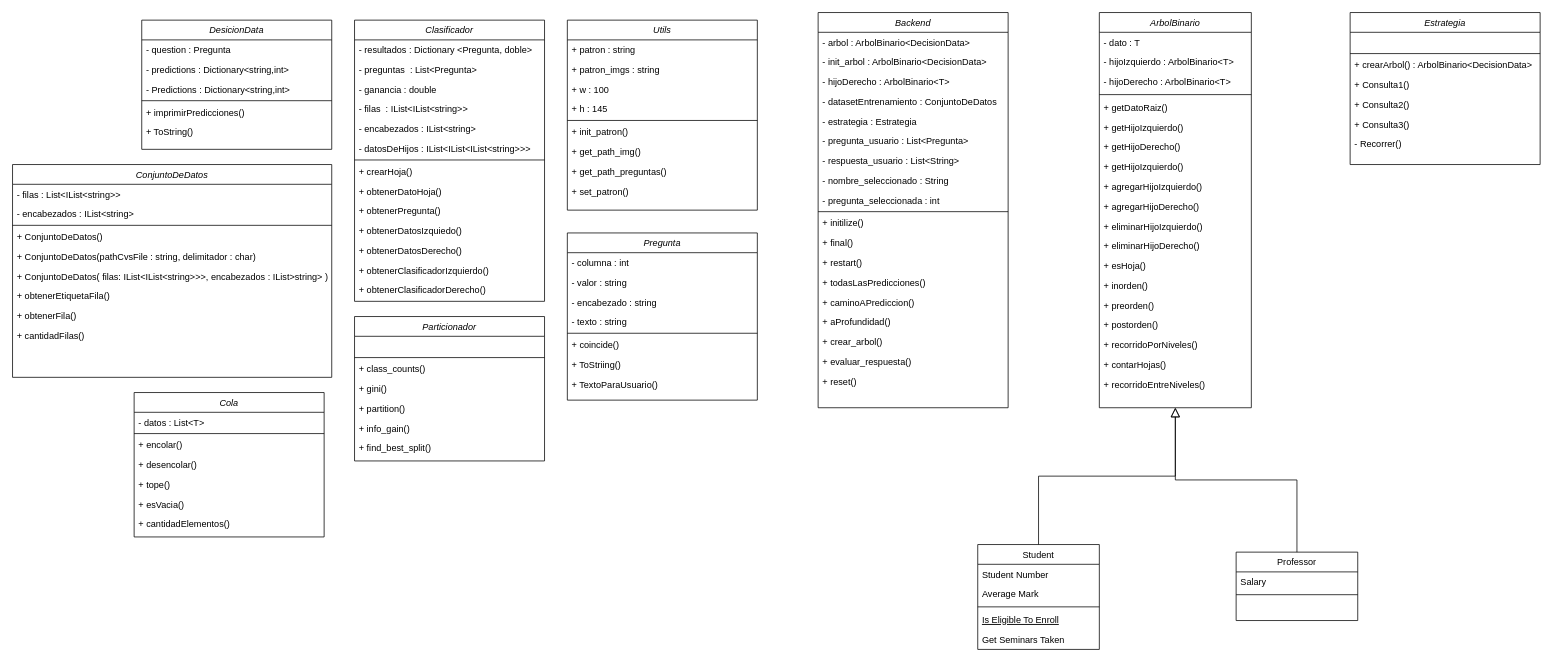
Above: TPF-WiW.drawio in Schl4nge-sudo/TPF-CTEA (draw.io), before the change. Source tidied: cells renumbered, new cells numbered last; positions are measured from the earlier drawing's top-left corner, leaving out a move shared by most shapes. Both pictures are drawn from the tidied source at 76%, with x=0, y=0 at pixel (12, 12).
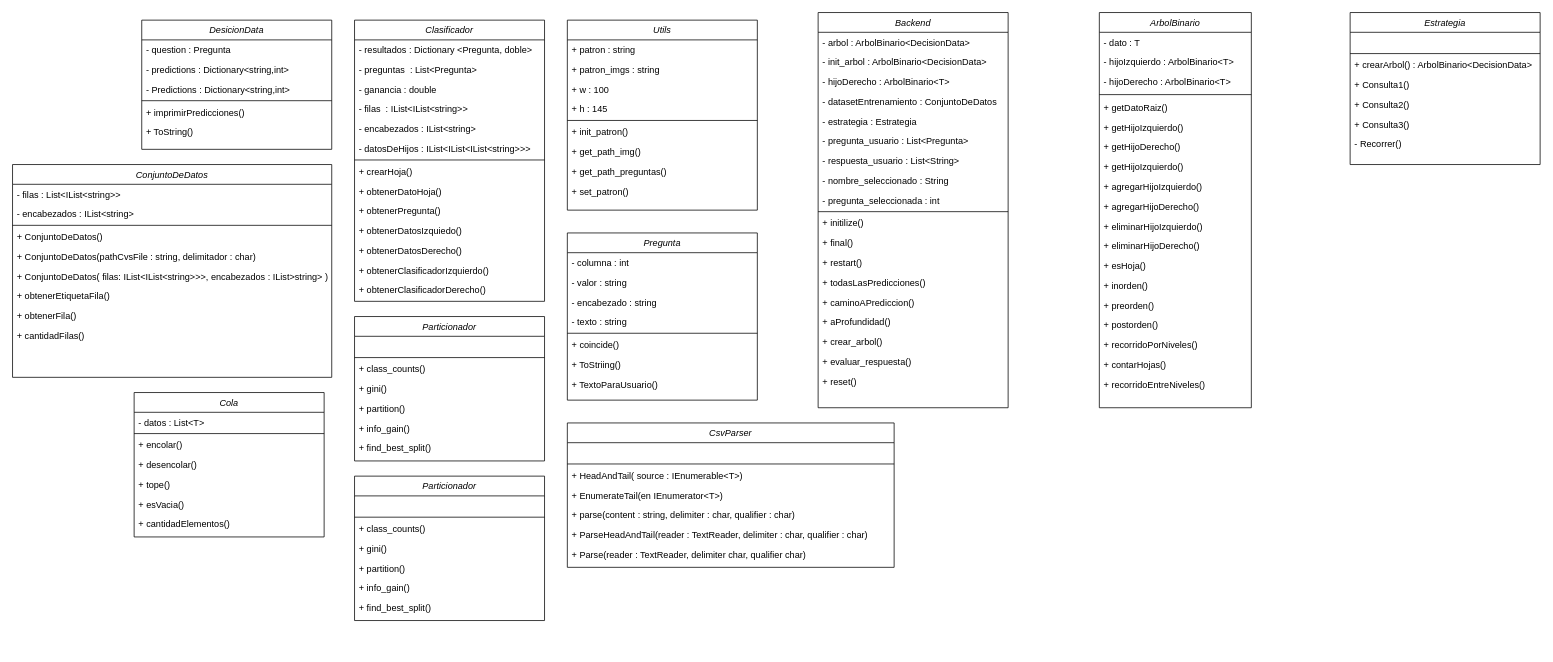
The same diagram, later.

Commit message:
Clases cargadas

Unchanged cells that the change refers to:
```xml
<mxCell id="2" value="ArbolBinario" style="swimlane;fontStyle=2;align=center;verticalAlign=top;horizontal=1;startSize=26;rounded=0;shadow=0;strokeWidth=1;" parent="1" vertex="1">
  <mxGeometry x="1430" width="200" height="520" as="geometry" />
</mxCell>
```

The edit, as a diff of the source:
```diff
@@
-    <mxCell id="22" value="Student" style="swimlane;fontStyle=0;align=center;verticalAlign=top;horizontal=1;startSize=26;rounded=0;shadow=0;strokeWidth=1;" parent="1" vertex="1">
-      <mxGeometry x="1270" y="700" width="160" height="138" as="geometry" />
-    </mxCell>
-    <mxCell id="23" value="Student Number" style="text;align=left;verticalAlign=top;spacingLeft=4;spacingRight=4;overflow=hidden;" parent="22" vertex="1">
-      <mxGeometry y="26" width="160" height="26" as="geometry" />
-    </mxCell>
-    <mxCell id="24" value="Average Mark" style="text;align=left;verticalAlign=top;spacingLeft=4;spacingRight=4;overflow=hidden;rounded=0;shadow=0;html=0;" parent="22" vertex="1">
-      <mxGeometry y="52" width="160" height="26" as="geometry" />
-    </mxCell>
-    <mxCell id="25" style="line;html=1;strokeWidth=1;align=left;verticalAlign=middle;spacingTop=-1;spacingLeft=3;spacingRight=3;labelPosition=right;" parent="22" vertex="1">
-      <mxGeometry y="78" width="160" height="8" as="geometry" />
-    </mxCell>
-    <mxCell id="26" value="Is Eligible To Enroll" style="text;align=left;verticalAlign=top;spacingLeft=4;spacingRight=4;overflow=hidden;fontStyle=4;" parent="22" vertex="1">
-      <mxGeometry y="86" width="160" height="26" as="geometry" />
-    </mxCell>
-    <mxCell id="27" value="Get Seminars Taken" style="text;align=left;verticalAlign=top;spacingLeft=4;spacingRight=4;overflow=hidden;" parent="22" vertex="1">
-      <mxGeometry y="112" width="160" height="26" as="geometry" />
-    </mxCell>
-    <mxCell id="28" style="endArrow=block;endSize=10;endFill=0;shadow=0;strokeWidth=1;rounded=0;curved=0;edgeStyle=elbowEdgeStyle;elbow=vertical;" parent="1" edge="1" source="22" target="2">
-      <mxGeometry relative="1" as="geometry" />
-    </mxCell>
-    <mxCell id="29" value="Professor" style="swimlane;fontStyle=0;align=center;verticalAlign=top;horizontal=1;startSize=26;rounded=0;shadow=0;strokeWidth=1;" parent="1" vertex="1">
-      <mxGeometry x="1610" y="710" width="160" height="90" as="geometry" />
-    </mxCell>
-    <mxCell id="30" value="Salary" style="text;align=left;verticalAlign=top;spacingLeft=4;spacingRight=4;overflow=hidden;" parent="29" vertex="1">
-      <mxGeometry y="26" width="160" height="26" as="geometry" />
-    </mxCell>
-    <mxCell id="31" style="line;html=1;strokeWidth=1;align=left;verticalAlign=middle;spacingTop=-1;spacingLeft=3;spacingRight=3;labelPosition=right;" parent="29" vertex="1">
-      <mxGeometry y="52" width="160" height="8" as="geometry" />
-    </mxCell>
-    <mxCell id="32" style="endArrow=block;endSize=10;endFill=0;shadow=0;strokeWidth=1;rounded=0;curved=0;edgeStyle=elbowEdgeStyle;elbow=vertical;" parent="1" edge="1" source="29" target="2">
-      <mxGeometry relative="1" as="geometry" />
-    </mxCell>
@@
+    <mxCell id="128" value="Particionador" style="swimlane;fontStyle=2;align=center;verticalAlign=top;horizontal=1;startSize=26;rounded=0;shadow=0;strokeWidth=1;" parent="1" vertex="1">
+      <mxGeometry x="450" y="610" width="250" height="190" as="geometry" />
+    </mxCell>
+    <mxCell id="129" value=" " style="text;align=left;verticalAlign=top;spacingLeft=4;spacingRight=4;overflow=hidden;" parent="128" vertex="1">
+      <mxGeometry y="26" width="250" height="26" as="geometry" />
+    </mxCell>
+    <mxCell id="130" style="line;html=1;strokeWidth=1;align=left;verticalAlign=middle;spacingTop=-1;spacingLeft=3;spacingRight=3;labelPosition=right;" parent="128" vertex="1">
+      <mxGeometry y="52" width="250" height="4" as="geometry" />
+    </mxCell>
+    <mxCell id="131" value="+ class_counts()" style="text;align=left;verticalAlign=top;spacingLeft=4;spacingRight=4;overflow=hidden;" parent="128" vertex="1">
+      <mxGeometry y="56" width="250" height="26" as="geometry" />
+    </mxCell>
+    <mxCell id="132" value="+ gini()" style="text;align=left;verticalAlign=top;spacingLeft=4;spacingRight=4;overflow=hidden;" parent="128" vertex="1">
+      <mxGeometry y="82" width="250" height="26" as="geometry" />
+    </mxCell>
+    <mxCell id="133" value="+ partition()" style="text;align=left;verticalAlign=top;spacingLeft=4;spacingRight=4;overflow=hidden;" parent="128" vertex="1">
+      <mxGeometry y="108" width="250" height="26" as="geometry" />
+    </mxCell>
+    <mxCell id="134" value="+ info_gain()" style="text;align=left;verticalAlign=top;spacingLeft=4;spacingRight=4;overflow=hidden;" parent="128" vertex="1">
+      <mxGeometry y="134" width="250" height="26" as="geometry" />
+    </mxCell>
+    <mxCell id="135" value="+ find_best_split()" style="text;align=left;verticalAlign=top;spacingLeft=4;spacingRight=4;overflow=hidden;" parent="128" vertex="1">
+      <mxGeometry y="160" width="250" height="26" as="geometry" />
+    </mxCell>
+    <mxCell id="136" value="CsvParser" style="swimlane;fontStyle=2;align=center;verticalAlign=top;horizontal=1;startSize=26;rounded=0;shadow=0;strokeWidth=1;" parent="1" vertex="1">
+      <mxGeometry x="730" y="540" width="430" height="190" as="geometry" />
+    </mxCell>
+    <mxCell id="137" value=" " style="text;align=left;verticalAlign=top;spacingLeft=4;spacingRight=4;overflow=hidden;" parent="136" vertex="1">
+      <mxGeometry y="26" width="430" height="26" as="geometry" />
+    </mxCell>
+    <mxCell id="138" style="line;html=1;strokeWidth=1;align=left;verticalAlign=middle;spacingTop=-1;spacingLeft=3;spacingRight=3;labelPosition=right;" parent="136" vertex="1">
+      <mxGeometry y="52" width="430" height="4" as="geometry" />
+    </mxCell>
+    <mxCell id="139" value="+ HeadAndTail( source : IEnumerable&lt;T&gt;)" style="text;align=left;verticalAlign=top;spacingLeft=4;spacingRight=4;overflow=hidden;" parent="136" vertex="1">
+      <mxGeometry y="56" width="430" height="26" as="geometry" />
+    </mxCell>
+    <mxCell id="140" value="+ EnumerateTail(en IEnumerator&lt;T&gt;)" style="text;align=left;verticalAlign=top;spacingLeft=4;spacingRight=4;overflow=hidden;" parent="136" vertex="1">
+      <mxGeometry y="82" width="430" height="26" as="geometry" />
+    </mxCell>
+    <mxCell id="141" value="+ parse(content : string, delimiter : char, qualifier : char)" style="text;align=left;verticalAlign=top;spacingLeft=4;spacingRight=4;overflow=hidden;" parent="136" vertex="1">
+      <mxGeometry y="108" width="430" height="26" as="geometry" />
+    </mxCell>
+    <mxCell id="142" value="+ ParseHeadAndTail(reader : TextReader, delimiter : char, qualifier : char)" style="text;align=left;verticalAlign=top;spacingLeft=4;spacingRight=4;overflow=hidden;" parent="136" vertex="1">
+      <mxGeometry y="134" width="430" height="26" as="geometry" />
+    </mxCell>
+    <mxCell id="143" value="+ Parse(reader : TextReader, delimiter char, qualifier char)" style="text;align=left;verticalAlign=top;spacingLeft=4;spacingRight=4;overflow=hidden;" parent="136" vertex="1">
+      <mxGeometry y="160" width="430" height="26" as="geometry" />
+    </mxCell>
```
